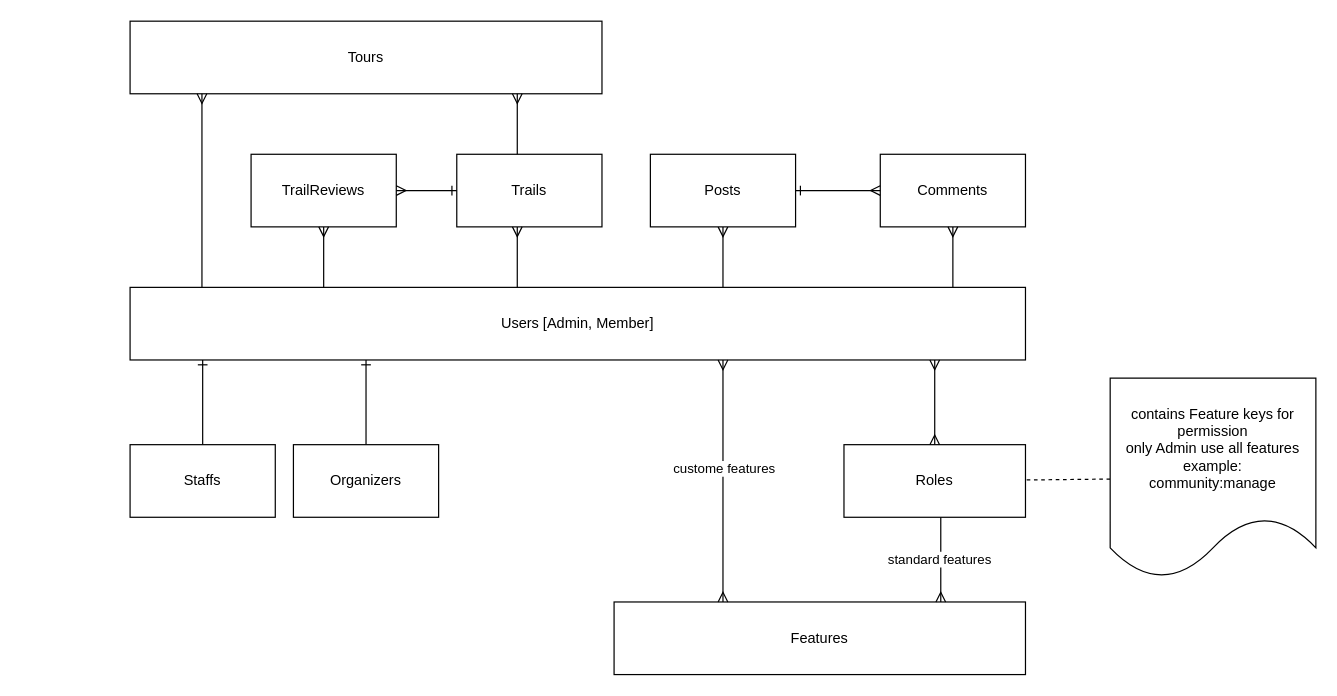
This is page "Modeling" (2 of 3) of docs/draw/sentang.drawio from chavp/DataModeling, a draw.io file, before an edit. Source tidied: cells renumbered, new cells numbered last; positions are measured from the earlier drawing's top-left corner, leaving out a move shared by most shapes. Both pictures are drawn from the tidied source at 121%, with x=0, y=0 at pixel (129, 21).
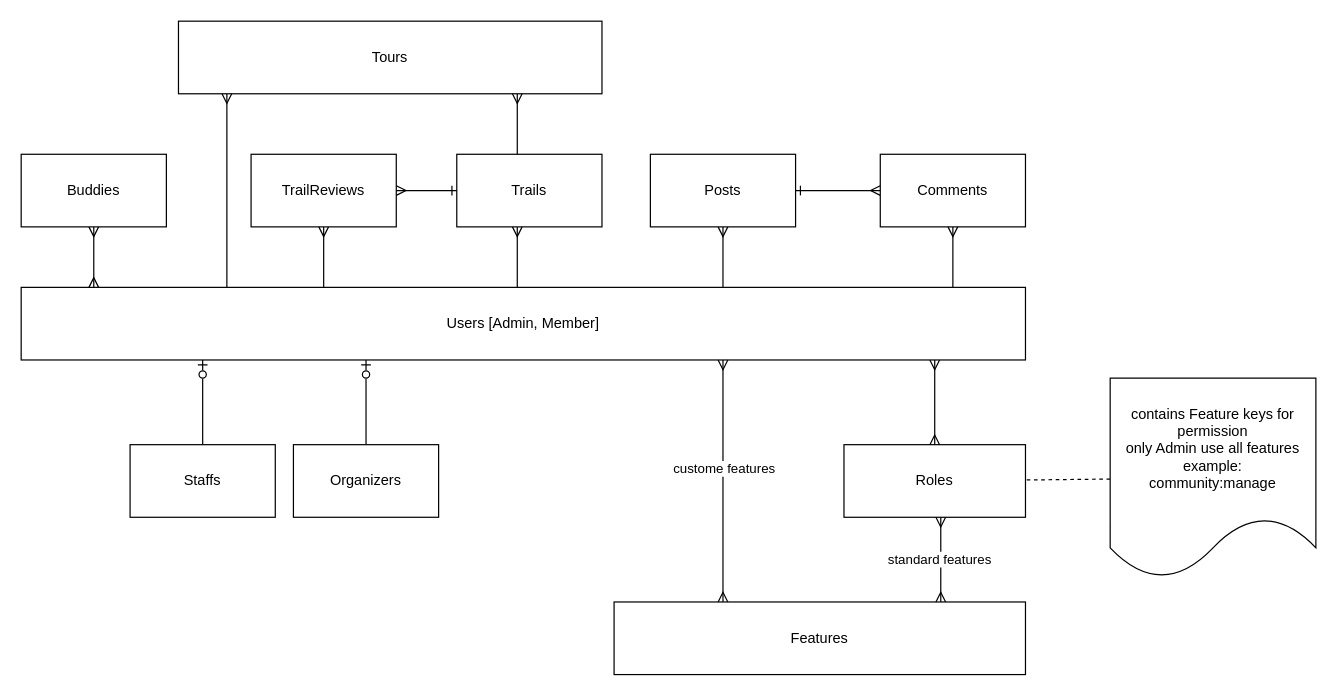
The same page after the edit.

The change refers to these unchanged cells:
```xml
<mxCell id="5" value="Roles" style="rounded=0;whiteSpace=wrap;html=1;" parent="1" vertex="1">
  <mxGeometry x="590" y="350" width="150" height="60" as="geometry" />
</mxCell>
<mxCell id="19" value="Features" style="rounded=0;whiteSpace=wrap;html=1;" parent="1" vertex="1">
  <mxGeometry x="400" y="480" width="340" height="60" as="geometry" />
</mxCell>
<mxCell id="26" value="Staffs" style="rounded=0;whiteSpace=wrap;html=1;" parent="1" vertex="1">
  <mxGeometry y="350" width="120" height="60" as="geometry" />
</mxCell>
<mxCell id="28" value="Organizers" style="rounded=0;whiteSpace=wrap;html=1;" parent="1" vertex="1">
  <mxGeometry x="135" y="350" width="120" height="60" as="geometry" />
</mxCell>
```

Diff of the diagram source:
```diff
@@
     <mxCell id="4" value="Users [Admin, Member]" style="rounded=0;whiteSpace=wrap;html=1;" parent="1" vertex="1">
-      <mxGeometry y="220" width="740" height="60" as="geometry" />
+      <mxGeometry x="-90" y="220" width="830" height="60" as="geometry" />
     </mxCell>
@@
     <mxCell id="16" value="Tours" style="rounded=0;whiteSpace=wrap;html=1;" parent="1" vertex="1">
-      <mxGeometry width="390" height="60" as="geometry" />
+      <mxGeometry x="40" width="350" height="60" as="geometry" />
     </mxCell>
@@
     <mxCell id="18" style="edgeStyle=orthogonalEdgeStyle;rounded=0;orthogonalLoop=1;jettySize=auto;html=1;startArrow=ERmany;startFill=0;endArrow=none;endFill=0;" parent="1" edge="1">
       <mxGeometry relative="1" as="geometry">
-        <mxPoint x="59.4" y="60" as="sourcePoint" />
-        <mxPoint x="59.4" y="220" as="targetPoint" />
+        <mxPoint x="80" y="60" as="sourcePoint" />
+        <mxPoint x="80" y="220" as="targetPoint" />
         <Array as="points">
-          <mxPoint x="59.3" y="90" />
-          <mxPoint x="59.3" y="90" />
+          <mxPoint x="79.9" y="90" />
+          <mxPoint x="79.9" y="90" />
         </Array>
       </mxGeometry>
     </mxCell>
@@
-    <mxCell id="21" style="edgeStyle=orthogonalEdgeStyle;rounded=0;jettySize=auto;html=1;endArrow=none;endFill=0;startArrow=ERmany;startFill=0;" parent="1" edge="1" source="19" target="5">
+    <mxCell id="21" style="edgeStyle=orthogonalEdgeStyle;rounded=0;jettySize=auto;html=1;endArrow=ERmany;endFill=0;startArrow=ERmany;startFill=0;" parent="1" edge="1" source="19" target="5">
       <mxGeometry relative="1" as="geometry">
         <Array as="points">
           <mxPoint x="670" y="470" />
           <mxPoint x="670" y="470" />
         </Array>
       </mxGeometry>
     </mxCell>
@@
-    <mxCell id="25" style="edgeStyle=orthogonalEdgeStyle;rounded=0;jettySize=auto;html=1;endArrow=ERone;endFill=0;" parent="1" edge="1" source="26" target="4">
+    <mxCell id="25" style="edgeStyle=orthogonalEdgeStyle;rounded=0;jettySize=auto;html=1;endArrow=ERzeroToOne;endFill=0;startArrow=none;startFill=0;" parent="1" edge="1" source="26" target="4">
       <mxGeometry relative="1" as="geometry">
         <Array as="points">
           <mxPoint x="60" y="320" />
           <mxPoint x="60" y="320" />
         </Array>
       </mxGeometry>
     </mxCell>
@@
-    <mxCell id="27" style="edgeStyle=orthogonalEdgeStyle;rounded=0;jettySize=auto;html=1;endArrow=ERone;endFill=0;" parent="1" edge="1" source="28" target="4">
+    <mxCell id="27" style="edgeStyle=orthogonalEdgeStyle;rounded=0;jettySize=auto;html=1;endArrow=ERzeroToOne;endFill=0;" parent="1" edge="1" source="28" target="4">
       <mxGeometry relative="1" as="geometry">
         <Array as="points">
           <mxPoint x="195" y="330" />
           <mxPoint x="195" y="330" />
         </Array>
       </mxGeometry>
     </mxCell>
@@
+    <mxCell id="29" style="edgeStyle=orthogonalEdgeStyle;rounded=0;jettySize=auto;html=1;endArrow=ERmany;endFill=0;startArrow=ERmany;startFill=0;" parent="1" edge="1" source="30" target="4">
+      <mxGeometry relative="1" as="geometry">
+        <Array as="points">
+          <mxPoint x="-30" y="210" />
+          <mxPoint x="-30" y="210" />
+        </Array>
+      </mxGeometry>
+    </mxCell>
+    <mxCell id="30" value="Buddies" style="rounded=0;whiteSpace=wrap;html=1;" parent="1" vertex="1">
+      <mxGeometry x="-90" y="110" width="120" height="60" as="geometry" />
+    </mxCell>
```
